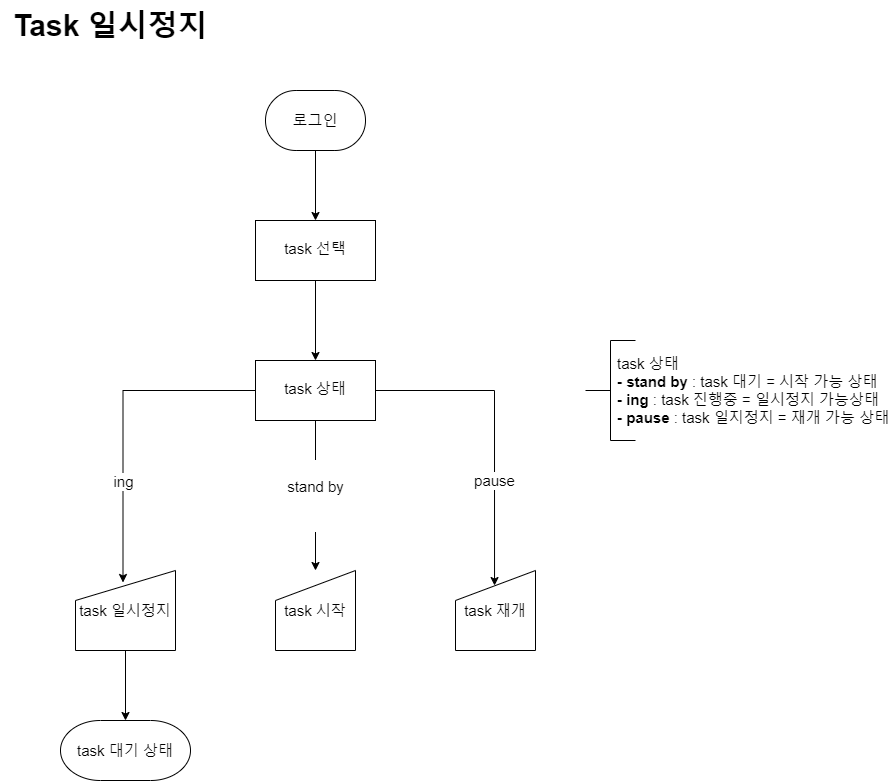
This is timetodo-flowchart/pausing task.png from MEOHIN/todo-pe, a draw.io export, as it was before one commit. Source tidied: cells renumbered, new cells last; positions are measured from the earlier drawing's top-left corner, leaving out a move shared by most shapes. The source it was exported from:
```xml
<mxGraphModel>
  <root>
    <mxCell id="0" />
    <mxCell id="1" parent="0" />
    <mxCell id="2" style="edgeStyle=orthogonalEdgeStyle;rounded=0;jettySize=auto;html=1;fontSize=15;strokeWidth=1;exitX=0.5;exitY=1;exitDx=0;exitDy=0;exitPerimeter=0;" parent="1" edge="1" source="8" target="4">
      <mxGeometry relative="1" as="geometry" />
    </mxCell>
    <mxCell id="3" style="edgeStyle=orthogonalEdgeStyle;rounded=0;jettySize=auto;html=1;fontSize=15;strokeWidth=1;" parent="1" edge="1" source="4" target="12">
      <mxGeometry relative="1" as="geometry" />
    </mxCell>
    <mxCell id="4" value="task 선택" style="whiteSpace=wrap;html=1;fontSize=15;shadow=0;strokeWidth=1;spacing=6;spacingTop=-4;" parent="1" vertex="1">
      <mxGeometry x="255" y="220" width="120" height="60" as="geometry" />
    </mxCell>
    <mxCell id="5" value="task 상태&lt;br style=&quot;font-size: 15px;&quot;&gt;&lt;b style=&quot;font-size: 15px;&quot;&gt;- stand by&lt;/b&gt; : task 대기 = 시작 가능 상태&lt;br style=&quot;font-size: 15px;&quot;&gt;&lt;b style=&quot;font-size: 15px;&quot;&gt;- ing&lt;/b&gt; : task 진행중 = 일시정지 가능상태&lt;br style=&quot;font-size: 15px;&quot;&gt;&lt;b style=&quot;font-size: 15px;&quot;&gt;- pause&lt;/b&gt; : task 일지정지 = 재개 가능 상태" style="text;html=1;strokeColor=none;fillColor=none;align=left;verticalAlign=middle;whiteSpace=wrap;rounded=0;fontSize=15;strokeWidth=1;" parent="1" vertex="1">
      <mxGeometry x="615" y="340" width="280" height="100" as="geometry" />
    </mxCell>
    <mxCell id="6" value="task 시작" style="shape=manualInput;whiteSpace=wrap;html=1;fontSize=15;strokeWidth=1;" parent="1" vertex="1">
      <mxGeometry x="275" y="570" width="80" height="80" as="geometry" />
    </mxCell>
    <mxCell id="7" style="strokeWidth=1;html=1;shape=mxgraph.flowchart.annotation_2;align=left;labelPosition=right;fontSize=15;" parent="1" vertex="1">
      <mxGeometry x="585" y="340" width="50" height="100" as="geometry" />
    </mxCell>
    <mxCell id="8" value="로그인" style="strokeWidth=1;html=1;shape=mxgraph.flowchart.terminator;whiteSpace=wrap;fontSize=15;" parent="1" vertex="1">
      <mxGeometry x="265" y="90" width="100" height="60" as="geometry" />
    </mxCell>
    <mxCell id="9" value="&#10;&lt;span style=&quot;color: rgb(0, 0, 0); font-family: Helvetica; font-size: 15px; font-style: normal; font-variant-ligatures: normal; font-variant-caps: normal; font-weight: 400; letter-spacing: normal; orphans: 2; text-align: center; text-indent: 0px; text-transform: none; widows: 2; word-spacing: 0px; -webkit-text-stroke-width: 0px; background-color: rgb(255, 255, 255); text-decoration-thickness: initial; text-decoration-style: initial; text-decoration-color: initial; float: none; display: inline !important;&quot;&gt;stand by&lt;/span&gt;&#10;&#10;" style="edgeStyle=orthogonalEdgeStyle;rounded=0;jettySize=auto;html=1;strokeWidth=1;fontSize=15;" parent="1" edge="1" source="12" target="6">
      <mxGeometry relative="1" as="geometry" />
    </mxCell>
    <mxCell id="10" value="ing" style="edgeStyle=orthogonalEdgeStyle;rounded=0;jettySize=auto;html=1;exitX=0;exitY=0.5;exitDx=0;exitDy=0;entryX=0.475;entryY=0.15;entryDx=0;entryDy=0;entryPerimeter=0;strokeWidth=1;fontSize=15;" parent="1" edge="1" source="12" target="14">
      <mxGeometry x="0.37" relative="1" as="geometry">
        <mxPoint y="1" as="offset" />
      </mxGeometry>
    </mxCell>
    <mxCell id="11" value="pause" style="edgeStyle=orthogonalEdgeStyle;rounded=0;jettySize=auto;html=1;exitX=1;exitY=0.5;exitDx=0;exitDy=0;entryX=0.488;entryY=0.188;entryDx=0;entryDy=0;entryPerimeter=0;strokeWidth=1;fontSize=15;" parent="1" edge="1" source="12" target="15">
      <mxGeometry x="0.33" relative="1" as="geometry" />
    </mxCell>
    <mxCell id="12" value="task 상태" style="whiteSpace=wrap;html=1;fontSize=15;shadow=0;strokeWidth=1;spacing=6;spacingTop=-4;" parent="1" vertex="1">
      <mxGeometry x="255" y="360" width="120" height="60" as="geometry" />
    </mxCell>
    <mxCell id="13" style="edgeStyle=orthogonalEdgeStyle;rounded=0;jettySize=auto;html=1;" parent="1" edge="1" source="14" target="16">
      <mxGeometry relative="1" as="geometry" />
    </mxCell>
    <mxCell id="14" value="task 일시정지" style="shape=manualInput;whiteSpace=wrap;html=1;fontSize=15;strokeWidth=1;" parent="1" vertex="1">
      <mxGeometry x="75" y="570" width="100" height="80" as="geometry" />
    </mxCell>
    <mxCell id="15" value="task 재개" style="shape=manualInput;whiteSpace=wrap;html=1;fontSize=15;strokeWidth=1;" parent="1" vertex="1">
      <mxGeometry x="455" y="570" width="80" height="80" as="geometry" />
    </mxCell>
    <mxCell id="16" value="task 대기 상태" style="strokeWidth=1;html=1;shape=mxgraph.flowchart.terminator;whiteSpace=wrap;fontSize=15;" parent="1" vertex="1">
      <mxGeometry x="60" y="720" width="130" height="60" as="geometry" />
    </mxCell>
    <mxCell id="17" value="Task 일시정지" style="text;html=1;align=center;verticalAlign=middle;strokeColor=none;fillColor=none;fontSize=30;fontStyle=1;" parent="1" vertex="1">
      <mxGeometry width="220" height="50" as="geometry" />
    </mxCell>
  </root>
</mxGraphModel>
```
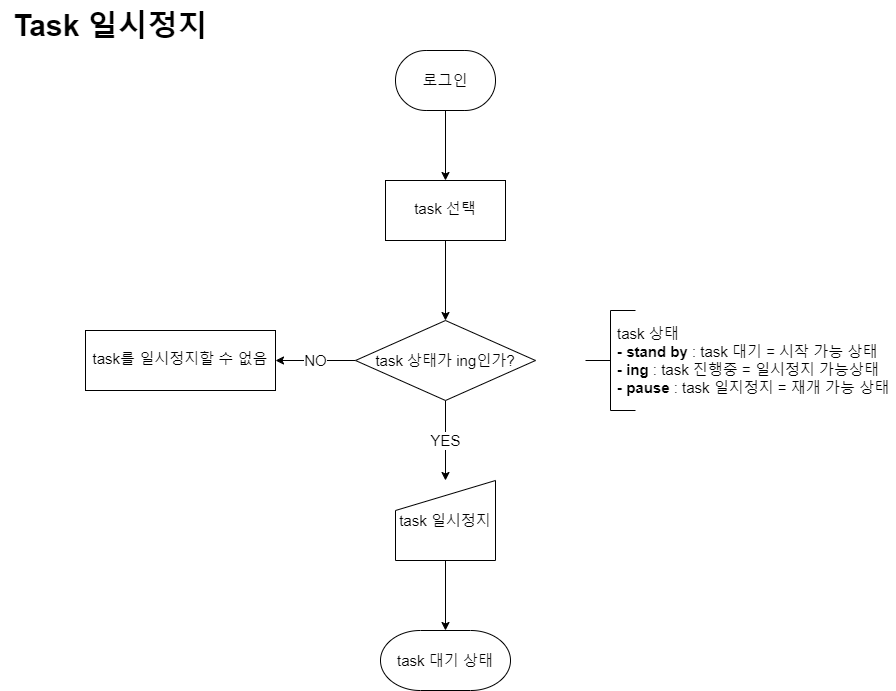
After the commit.

What changed in the source:
```diff
@@ -5,52 +5,44 @@
     <mxCell id="2" style="edgeStyle=orthogonalEdgeStyle;rounded=0;jettySize=auto;html=1;fontSize=15;strokeWidth=1;exitX=0.5;exitY=1;exitDx=0;exitDy=0;exitPerimeter=0;" parent="1" edge="1" source="8" target="4">
       <mxGeometry relative="1" as="geometry" />
     </mxCell>
-    <mxCell id="3" style="edgeStyle=orthogonalEdgeStyle;rounded=0;jettySize=auto;html=1;fontSize=15;strokeWidth=1;" parent="1" edge="1" source="4" target="12">
-      <mxGeometry relative="1" as="geometry" />
-    </mxCell>
+    <mxCell id="18" style="edgeStyle=orthogonalEdgeStyle;rounded=0;jettySize=auto;html=1;fontSize=15;" parent="1" edge="1" source="4" target="22">
+      <mxGeometry relative="1" as="geometry" />
+    </mxCell>
     <mxCell id="4" value="task 선택" style="whiteSpace=wrap;html=1;fontSize=15;shadow=0;strokeWidth=1;spacing=6;spacingTop=-4;" parent="1" vertex="1">
-      <mxGeometry x="255" y="220" width="120" height="60" as="geometry" />
+      <mxGeometry x="385" y="180" width="120" height="60" as="geometry" />
     </mxCell>
     <mxCell id="5" value="task 상태&lt;br style=&quot;font-size: 15px;&quot;&gt;&lt;b style=&quot;font-size: 15px;&quot;&gt;- stand by&lt;/b&gt; : task 대기 = 시작 가능 상태&lt;br style=&quot;font-size: 15px;&quot;&gt;&lt;b style=&quot;font-size: 15px;&quot;&gt;- ing&lt;/b&gt; : task 진행중 = 일시정지 가능상태&lt;br style=&quot;font-size: 15px;&quot;&gt;&lt;b style=&quot;font-size: 15px;&quot;&gt;- pause&lt;/b&gt; : task 일지정지 = 재개 가능 상태" style="text;html=1;strokeColor=none;fillColor=none;align=left;verticalAlign=middle;whiteSpace=wrap;rounded=0;fontSize=15;strokeWidth=1;" parent="1" vertex="1">
-      <mxGeometry x="615" y="340" width="280" height="100" as="geometry" />
+      <mxGeometry x="615" y="310" width="280" height="100" as="geometry" />
     </mxCell>
-    <mxCell id="6" value="task 시작" style="shape=manualInput;whiteSpace=wrap;html=1;fontSize=15;strokeWidth=1;" parent="1" vertex="1">
-      <mxGeometry x="275" y="570" width="80" height="80" as="geometry" />
-    </mxCell>
     <mxCell id="7" style="strokeWidth=1;html=1;shape=mxgraph.flowchart.annotation_2;align=left;labelPosition=right;fontSize=15;" parent="1" vertex="1">
-      <mxGeometry x="585" y="340" width="50" height="100" as="geometry" />
+      <mxGeometry x="585" y="310" width="50" height="100" as="geometry" />
     </mxCell>
     <mxCell id="8" value="로그인" style="strokeWidth=1;html=1;shape=mxgraph.flowchart.terminator;whiteSpace=wrap;fontSize=15;" parent="1" vertex="1">
-      <mxGeometry x="265" y="90" width="100" height="60" as="geometry" />
+      <mxGeometry x="395" y="50" width="100" height="60" as="geometry" />
     </mxCell>
-    <mxCell id="9" value="&#10;&lt;span style=&quot;color: rgb(0, 0, 0); font-family: Helvetica; font-size: 15px; font-style: normal; font-variant-ligatures: normal; font-variant-caps: normal; font-weight: 400; letter-spacing: normal; orphans: 2; text-align: center; text-indent: 0px; text-transform: none; widows: 2; word-spacing: 0px; -webkit-text-stroke-width: 0px; background-color: rgb(255, 255, 255); text-decoration-thickness: initial; text-decoration-style: initial; text-decoration-color: initial; float: none; display: inline !important;&quot;&gt;stand by&lt;/span&gt;&#10;&#10;" style="edgeStyle=orthogonalEdgeStyle;rounded=0;jettySize=auto;html=1;strokeWidth=1;fontSize=15;" parent="1" edge="1" source="12" target="6">
-      <mxGeometry relative="1" as="geometry" />
-    </mxCell>
-    <mxCell id="10" value="ing" style="edgeStyle=orthogonalEdgeStyle;rounded=0;jettySize=auto;html=1;exitX=0;exitY=0.5;exitDx=0;exitDy=0;entryX=0.475;entryY=0.15;entryDx=0;entryDy=0;entryPerimeter=0;strokeWidth=1;fontSize=15;" parent="1" edge="1" source="12" target="14">
-      <mxGeometry x="0.37" relative="1" as="geometry">
-        <mxPoint y="1" as="offset" />
-      </mxGeometry>
-    </mxCell>
-    <mxCell id="11" value="pause" style="edgeStyle=orthogonalEdgeStyle;rounded=0;jettySize=auto;html=1;exitX=1;exitY=0.5;exitDx=0;exitDy=0;entryX=0.488;entryY=0.188;entryDx=0;entryDy=0;entryPerimeter=0;strokeWidth=1;fontSize=15;" parent="1" edge="1" source="12" target="15">
-      <mxGeometry x="0.33" relative="1" as="geometry" />
-    </mxCell>
-    <mxCell id="12" value="task 상태" style="whiteSpace=wrap;html=1;fontSize=15;shadow=0;strokeWidth=1;spacing=6;spacingTop=-4;" parent="1" vertex="1">
-      <mxGeometry x="255" y="360" width="120" height="60" as="geometry" />
-    </mxCell>
-    <mxCell id="13" style="edgeStyle=orthogonalEdgeStyle;rounded=0;jettySize=auto;html=1;" parent="1" edge="1" source="14" target="16">
+    <mxCell id="13" style="edgeStyle=orthogonalEdgeStyle;rounded=0;jettySize=auto;html=1;fontSize=15;" parent="1" edge="1" source="14" target="16">
       <mxGeometry relative="1" as="geometry" />
     </mxCell>
     <mxCell id="14" value="task 일시정지" style="shape=manualInput;whiteSpace=wrap;html=1;fontSize=15;strokeWidth=1;" parent="1" vertex="1">
-      <mxGeometry x="75" y="570" width="100" height="80" as="geometry" />
+      <mxGeometry x="395" y="480" width="100" height="80" as="geometry" />
     </mxCell>
-    <mxCell id="15" value="task 재개" style="shape=manualInput;whiteSpace=wrap;html=1;fontSize=15;strokeWidth=1;" parent="1" vertex="1">
-      <mxGeometry x="455" y="570" width="80" height="80" as="geometry" />
-    </mxCell>
     <mxCell id="16" value="task 대기 상태" style="strokeWidth=1;html=1;shape=mxgraph.flowchart.terminator;whiteSpace=wrap;fontSize=15;" parent="1" vertex="1">
-      <mxGeometry x="60" y="720" width="130" height="60" as="geometry" />
+      <mxGeometry x="380" y="630" width="130" height="60" as="geometry" />
     </mxCell>
     <mxCell id="17" value="Task 일시정지" style="text;html=1;align=center;verticalAlign=middle;strokeColor=none;fillColor=none;fontSize=30;fontStyle=1;" parent="1" vertex="1">
       <mxGeometry width="220" height="50" as="geometry" />
     </mxCell>
+    <mxCell id="19" value="task를 일시정지할 수 없음" style="whiteSpace=wrap;html=1;fontSize=15;shadow=0;strokeWidth=1;spacing=6;spacingTop=-4;" parent="1" vertex="1">
+      <mxGeometry x="85" y="330" width="190" height="60" as="geometry" />
+    </mxCell>
+    <mxCell id="20" value="YES" style="edgeStyle=orthogonalEdgeStyle;rounded=0;jettySize=auto;html=1;fontSize=15;" parent="1" edge="1" source="22" target="14">
+      <mxGeometry relative="1" as="geometry" />
+    </mxCell>
+    <mxCell id="21" value="NO" style="edgeStyle=orthogonalEdgeStyle;rounded=0;jettySize=auto;html=1;fontSize=15;" parent="1" edge="1" source="22" target="19">
+      <mxGeometry relative="1" as="geometry" />
+    </mxCell>
+    <mxCell id="22" value="task 상태가 ing인가?" style="rhombus;whiteSpace=wrap;html=1;fontSize=15;" parent="1" vertex="1">
+      <mxGeometry x="355" y="320" width="180" height="80" as="geometry" />
+    </mxCell>
   </root>
 </mxGraphModel>
```
